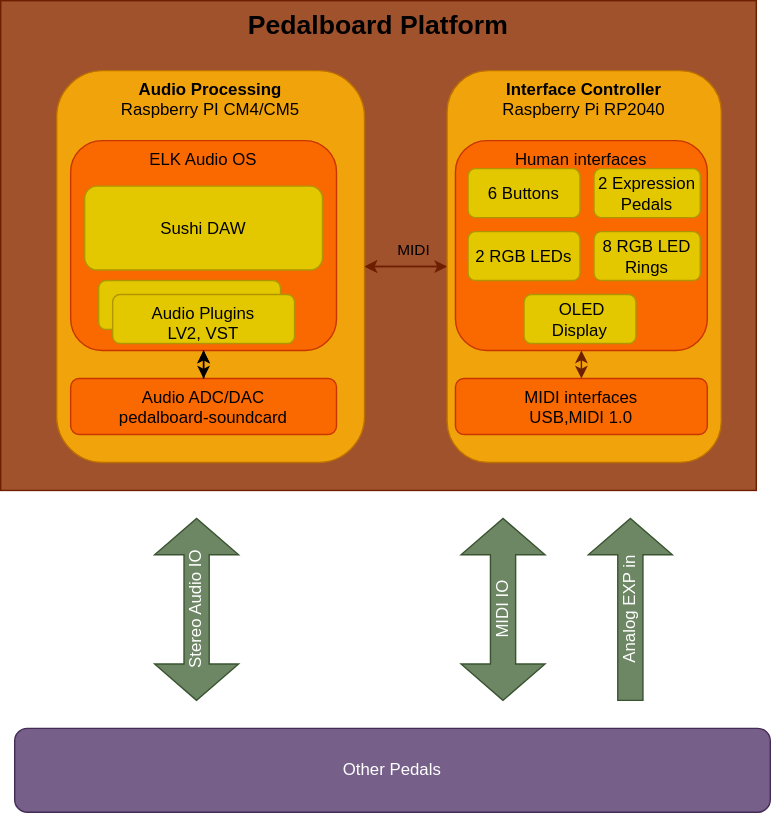
Above: docs/architecture.drawio.svg in pedalboard/.github (draw.io), before the change. Source tidied: cells renumbered, new cells last; positions are measured from the earlier drawing's top-left corner, leaving out a move shared by most shapes. Source of this version:
```xml
<mxGraphModel>
  <root>
    <mxCell id="0" />
    <mxCell id="1" parent="0" />
    <mxCell id="2" value="&lt;b&gt;&lt;font style=&quot;font-size: 19px;&quot;&gt;Pedalboard Platform&lt;/font&gt;&lt;/b&gt;" style="rounded=0;whiteSpace=wrap;html=1;fillColor=#a0522d;fontColor=#000000;strokeColor=#6D1F00;verticalAlign=top;" parent="1" vertex="1">
      <mxGeometry width="540" height="350" as="geometry" />
    </mxCell>
    <mxCell id="3" style="rounded=0;jettySize=auto;html=1;entryX=0;entryY=0.5;entryDx=0;entryDy=0;fillColor=#a0522d;strokeColor=#6D1F00;startArrow=classic;startFill=1;" parent="1" edge="1" source="4" target="7">
      <mxGeometry relative="1" as="geometry" />
    </mxCell>
    <mxCell id="4" value="&lt;b&gt;Audio Processing&lt;/b&gt;&lt;br&gt;Raspberry PI CM4/CM5" style="rounded=1;whiteSpace=wrap;html=1;fillColor=#f0a30a;fontColor=#000000;strokeColor=#BD7000;verticalAlign=top;" parent="1" vertex="1">
      <mxGeometry x="40" y="50" width="220" height="280" as="geometry" />
    </mxCell>
    <mxCell id="5" style="rounded=0;jettySize=auto;entryX=1;entryY=0.5;entryDx=0;entryDy=0;endArrow=classic;endFill=1;labelBorderColor=none;labelBackgroundColor=none;verticalAlign=top;fontColor=#000000;strokeColor=#6D1F00;fillColor=#a0522d;" parent="1" edge="1" source="7" target="4">
      <mxGeometry relative="1" as="geometry" />
    </mxCell>
    <mxCell id="6" value="MIDI" style="edgeLabel;html=1;align=center;verticalAlign=middle;fontColor=#000000;labelBackgroundColor=none;" parent="5" vertex="1">
      <mxGeometry x="0.08" y="1" relative="1" as="geometry">
        <mxPoint x="7" y="-13" as="offset" />
      </mxGeometry>
    </mxCell>
    <mxCell id="7" value="&lt;b&gt;Interface Controller&lt;/b&gt;&lt;br&gt;Raspberry Pi RP2040" style="rounded=1;whiteSpace=wrap;html=1;fillColor=#f0a30a;fontColor=#000000;strokeColor=#BD7000;verticalAlign=top;" parent="1" vertex="1">
      <mxGeometry x="319" y="50" width="196" height="280" as="geometry" />
    </mxCell>
    <mxCell id="8" value="Human interfaces" style="rounded=1;whiteSpace=wrap;html=1;fillColor=#fa6800;fontColor=#000000;strokeColor=#C73500;verticalAlign=top;" parent="1" vertex="1">
      <mxGeometry x="325" y="100" width="180" height="150" as="geometry" />
    </mxCell>
    <mxCell id="9" value="MIDI interfaces&lt;br&gt;USB,MIDI 1.0" style="rounded=1;whiteSpace=wrap;html=1;fillColor=#fa6800;fontColor=#000000;strokeColor=#C73500;verticalAlign=top;" parent="1" vertex="1">
      <mxGeometry x="325" y="270" width="180" height="40" as="geometry" />
    </mxCell>
    <mxCell id="10" style="endArrow=classic;startArrow=classic;html=1;rounded=0;entryX=0.5;entryY=1;entryDx=0;entryDy=0;exitX=0.5;exitY=0;exitDx=0;exitDy=0;fillColor=#a0522d;strokeColor=#6D1F00;" parent="1" edge="1" source="9" target="8">
      <mxGeometry relative="1" as="geometry" />
    </mxCell>
    <mxCell id="11" value="6 Buttons" style="rounded=1;whiteSpace=wrap;html=1;fillColor=#e3c800;fontColor=#000000;strokeColor=#B09500;" parent="1" vertex="1">
      <mxGeometry x="334" y="120" width="80" height="35" as="geometry" />
    </mxCell>
    <mxCell id="12" value="2 RGB LEDs" style="rounded=1;whiteSpace=wrap;html=1;fillColor=#e3c800;fontColor=#000000;strokeColor=#B09500;" parent="1" vertex="1">
      <mxGeometry x="334" y="165" width="80" height="35" as="geometry" />
    </mxCell>
    <mxCell id="13" value="2 Expression&lt;br&gt;Pedals" style="rounded=1;whiteSpace=wrap;html=1;fillColor=#e3c800;fontColor=#000000;strokeColor=#B09500;" parent="1" vertex="1">
      <mxGeometry x="424" y="120" width="76" height="35" as="geometry" />
    </mxCell>
    <mxCell id="14" value="8 RGB LED&lt;br&gt;Rings" style="rounded=1;whiteSpace=wrap;html=1;fillColor=#e3c800;fontColor=#000000;strokeColor=#B09500;" parent="1" vertex="1">
      <mxGeometry x="424" y="165" width="76" height="35" as="geometry" />
    </mxCell>
    <mxCell id="15" value="MIDI IO" style="shape=doubleArrow;whiteSpace=wrap;html=1;rotation=-90;fillColor=#6d8764;fontColor=#ffffff;strokeColor=#3A5431;" parent="1" vertex="1">
      <mxGeometry x="294" y="405" width="130" height="60" as="geometry" />
    </mxCell>
    <mxCell id="16" value="Stereo Audio IO" style="shape=doubleArrow;whiteSpace=wrap;html=1;rotation=-90;fillColor=#6d8764;fontColor=#ffffff;strokeColor=#3A5431;" parent="1" vertex="1">
      <mxGeometry x="75" y="405" width="130" height="60" as="geometry" />
    </mxCell>
    <mxCell id="17" value="Other Pedals" style="rounded=1;whiteSpace=wrap;html=1;fillColor=#76608a;fontColor=#ffffff;strokeColor=#432D57;" parent="1" vertex="1">
      <mxGeometry x="10" y="520" width="540" height="60" as="geometry" />
    </mxCell>
    <mxCell id="18" value="Analog EXP in" style="shape=singleArrow;whiteSpace=wrap;html=1;rotation=-90;fillColor=#6d8764;fontColor=#ffffff;strokeColor=#3A5431;" parent="1" vertex="1">
      <mxGeometry x="385" y="405" width="130" height="60" as="geometry" />
    </mxCell>
    <mxCell id="19" value="ELK Audio OS&lt;br&gt;" style="rounded=1;whiteSpace=wrap;html=1;verticalAlign=top;fillColor=#fa6800;fontColor=#000000;strokeColor=#C73500;" parent="1" vertex="1">
      <mxGeometry x="50" y="100" width="190" height="150" as="geometry" />
    </mxCell>
    <mxCell id="20" value="Sushi DAW" style="rounded=1;whiteSpace=wrap;html=1;fillColor=#e3c800;fontColor=#000000;strokeColor=#B09500;" parent="1" vertex="1">
      <mxGeometry x="60" y="132.5" width="170" height="60" as="geometry" />
    </mxCell>
    <mxCell id="21" style="rounded=0;jettySize=auto;html=1;exitX=0.5;exitY=0;exitDx=0;exitDy=0;entryX=0.5;entryY=1;entryDx=0;entryDy=0;" parent="1" edge="1" source="22" target="19">
      <mxGeometry relative="1" as="geometry" />
    </mxCell>
    <mxCell id="22" value="Audio ADC/DAC&lt;br&gt;pedalboard-soundcard" style="rounded=1;whiteSpace=wrap;html=1;fillColor=#fa6800;fontColor=#000000;strokeColor=#C73500;verticalAlign=top;" parent="1" vertex="1">
      <mxGeometry x="50" y="270" width="190" height="40" as="geometry" />
    </mxCell>
    <mxCell id="23" style="rounded=1;whiteSpace=wrap;html=1;fillColor=#e3c800;fontColor=#000000;strokeColor=#B09500;" parent="1" vertex="1">
      <mxGeometry x="70" y="200" width="130" height="35" as="geometry" />
    </mxCell>
    <mxCell id="24" style="edgeStyle=orthogonalEdgeStyle;rounded=0;jettySize=auto;html=1;exitX=0.5;exitY=1;exitDx=0;exitDy=0;strokeColor=#000000;startArrow=classic;startFill=1;" parent="1" edge="1" source="19" target="22">
      <mxGeometry relative="1" as="geometry" />
    </mxCell>
    <mxCell id="25" value="Audio Plugins&lt;br&gt;LV2, VST" style="rounded=1;whiteSpace=wrap;html=1;fillColor=#e3c800;fontColor=#000000;strokeColor=#B09500;verticalAlign=top;" parent="1" vertex="1">
      <mxGeometry x="80" y="210" width="130" height="35" as="geometry" />
    </mxCell>
    <mxCell id="26" value="&amp;nbsp;OLED&lt;br&gt;Display" style="rounded=1;whiteSpace=wrap;html=1;fillColor=#e3c800;fontColor=#000000;strokeColor=#B09500;" parent="1" vertex="1">
      <mxGeometry x="374" y="210" width="80" height="35" as="geometry" />
    </mxCell>
  </root>
</mxGraphModel>
```
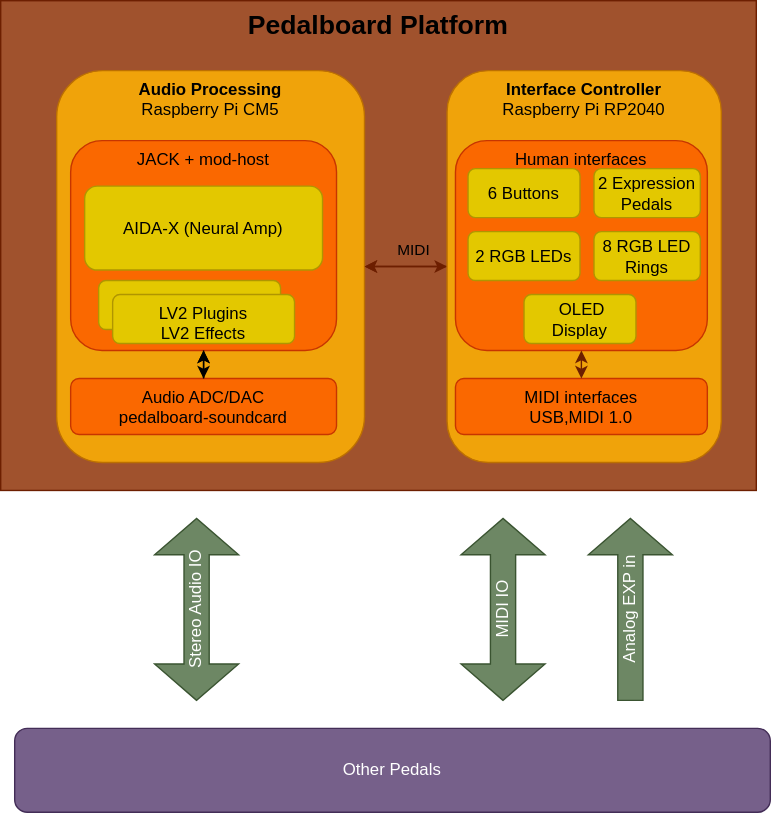
After the change.

Commit message:
docs: update architecture diagram — replace ELK/Sushi with JACK + mod-host + AIDA-X

- 'ELK Audio OS' → 'JACK + mod-host'
- 'Sushi DAW' → 'AIDA-X (Neural Amp)'
- 'Audio Plugins LV2, VST' → 'LV2 Plugins (Effects)'
- 'CM4/CM5' → 'CM5'

Change to the diagram source:
```diff
@@ -8,7 +8,7 @@
     <mxCell id="3" style="rounded=0;jettySize=auto;html=1;entryX=0;entryY=0.5;entryDx=0;entryDy=0;fillColor=#a0522d;strokeColor=#6D1F00;startArrow=classic;startFill=1;" parent="1" edge="1" source="4" target="7">
       <mxGeometry relative="1" as="geometry" />
     </mxCell>
-    <mxCell id="4" value="&lt;b&gt;Audio Processing&lt;/b&gt;&lt;br&gt;Raspberry PI CM4/CM5" style="rounded=1;whiteSpace=wrap;html=1;fillColor=#f0a30a;fontColor=#000000;strokeColor=#BD7000;verticalAlign=top;" parent="1" vertex="1">
+    <mxCell id="4" value="&lt;b&gt;Audio Processing&lt;/b&gt;&lt;br&gt;Raspberry Pi CM5" style="rounded=1;whiteSpace=wrap;html=1;fillColor=#f0a30a;fontColor=#000000;strokeColor=#BD7000;verticalAlign=top;" parent="1" vertex="1">
       <mxGeometry x="40" y="50" width="220" height="280" as="geometry" />
     </mxCell>
     <mxCell id="5" style="rounded=0;jettySize=auto;entryX=1;entryY=0.5;entryDx=0;entryDy=0;endArrow=classic;endFill=1;labelBorderColor=none;labelBackgroundColor=none;verticalAlign=top;fontColor=#000000;strokeColor=#6D1F00;fillColor=#a0522d;" parent="1" edge="1" source="7" target="4">
@@ -55,10 +55,10 @@
     <mxCell id="18" value="Analog EXP in" style="shape=singleArrow;whiteSpace=wrap;html=1;rotation=-90;fillColor=#6d8764;fontColor=#ffffff;strokeColor=#3A5431;" parent="1" vertex="1">
       <mxGeometry x="385" y="405" width="130" height="60" as="geometry" />
     </mxCell>
-    <mxCell id="19" value="ELK Audio OS&lt;br&gt;" style="rounded=1;whiteSpace=wrap;html=1;verticalAlign=top;fillColor=#fa6800;fontColor=#000000;strokeColor=#C73500;" parent="1" vertex="1">
+    <mxCell id="19" value="JACK + mod-host&lt;br&gt;" style="rounded=1;whiteSpace=wrap;html=1;verticalAlign=top;fillColor=#fa6800;fontColor=#000000;strokeColor=#C73500;" parent="1" vertex="1">
       <mxGeometry x="50" y="100" width="190" height="150" as="geometry" />
     </mxCell>
-    <mxCell id="20" value="Sushi DAW" style="rounded=1;whiteSpace=wrap;html=1;fillColor=#e3c800;fontColor=#000000;strokeColor=#B09500;" parent="1" vertex="1">
+    <mxCell id="20" value="AIDA-X (Neural Amp)" style="rounded=1;whiteSpace=wrap;html=1;fillColor=#e3c800;fontColor=#000000;strokeColor=#B09500;" parent="1" vertex="1">
       <mxGeometry x="60" y="132.5" width="170" height="60" as="geometry" />
     </mxCell>
     <mxCell id="21" style="rounded=0;jettySize=auto;html=1;exitX=0.5;exitY=0;exitDx=0;exitDy=0;entryX=0.5;entryY=1;entryDx=0;entryDy=0;" parent="1" edge="1" source="22" target="19">
```
